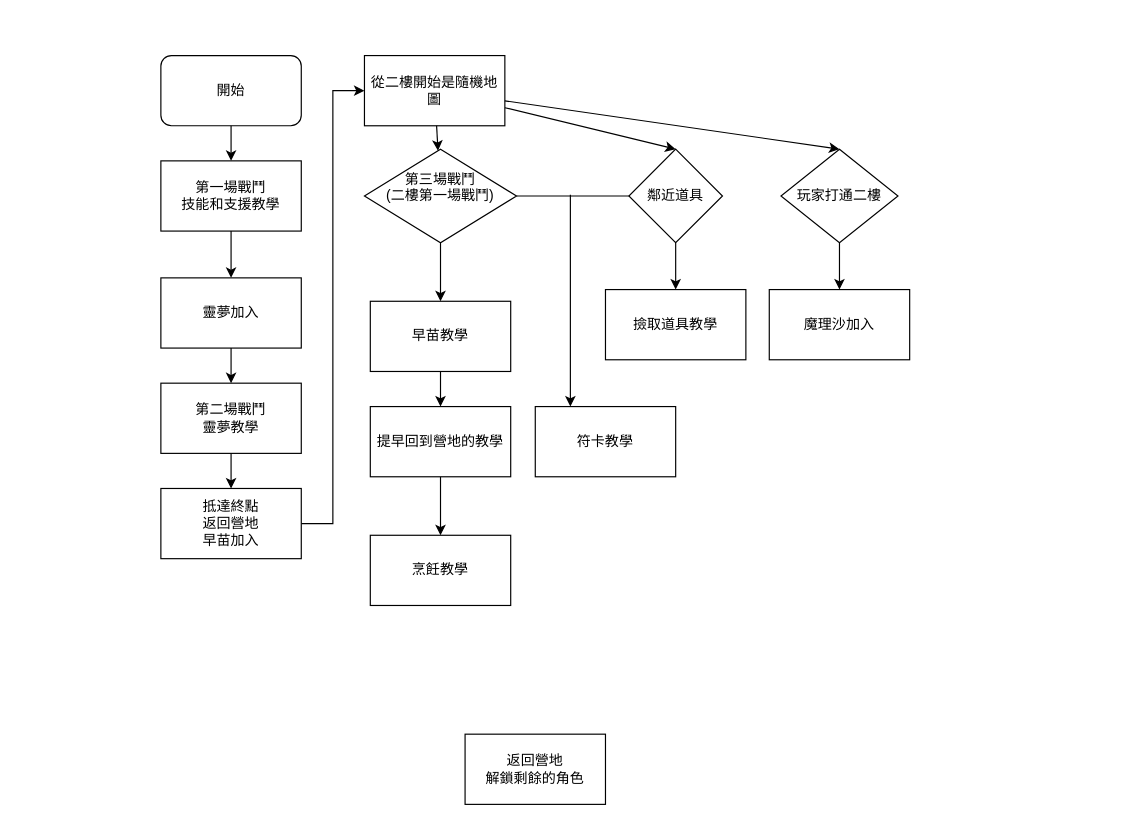
Before: page "第 2 页" (2 of 2) of Excel/Touhou-Tactics.drawio in a710594/Touhou-Tactics, a draw.io diagram. Source tidied: cells renumbered, new cells numbered last; positions are measured from the earlier drawing's top-left corner, leaving out a move shared by most shapes. Both pictures are drawn from the tidied source at 117%, with x=0, y=0 at pixel (160, 55).
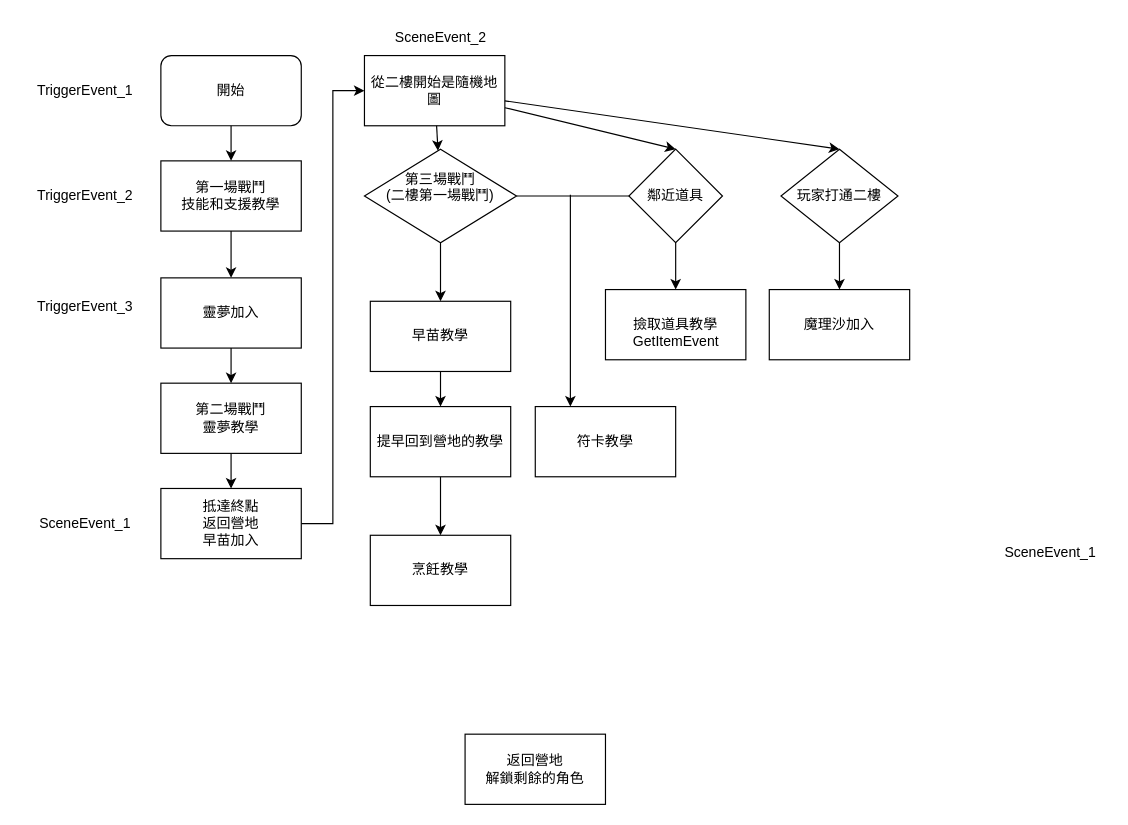
The same page after the edit.

Diff of the diagram source:
```diff
@@
+    <mxCell id="33" value="TriggerEvent_1" style="text;html=1;align=center;verticalAlign=middle;strokeColor=none;fillColor=none;" parent="1" vertex="1">
+      <mxGeometry x="-120" y="15" width="110" height="30" as="geometry" />
+    </mxCell>
+    <mxCell id="34" value="TriggerEvent_2" style="text;html=1;align=center;verticalAlign=middle;strokeColor=none;fillColor=none;" parent="1" vertex="1">
+      <mxGeometry x="-120" y="105" width="110" height="30" as="geometry" />
+    </mxCell>
+    <mxCell id="35" value="TriggerEvent_3" style="text;html=1;align=center;verticalAlign=middle;strokeColor=none;fillColor=none;" parent="1" vertex="1">
+      <mxGeometry x="-120" y="200" width="110" height="30" as="geometry" />
+    </mxCell>
+    <mxCell id="36" value="SceneEvent_1" style="text;html=1;align=center;verticalAlign=middle;strokeColor=none;fillColor=none;" parent="1" vertex="1">
+      <mxGeometry x="710" y="410" width="100" height="30" as="geometry" />
+    </mxCell>
+    <mxCell id="37" value="SceneEvent_1" style="text;html=1;align=center;verticalAlign=middle;strokeColor=none;fillColor=none;" parent="1" vertex="1">
+      <mxGeometry x="-115" y="385" width="100" height="30" as="geometry" />
+    </mxCell>
+    <mxCell id="38" value="GetItemEvent" style="text;html=1;align=center;verticalAlign=middle;strokeColor=none;fillColor=none;" parent="1" vertex="1">
+      <mxGeometry x="390" y="230" width="100" height="30" as="geometry" />
+    </mxCell>
+    <mxCell id="39" value="SceneEvent_2" style="text;html=1;align=center;verticalAlign=middle;strokeColor=none;fillColor=none;" parent="1" vertex="1">
+      <mxGeometry x="189" y="-30" width="100" height="30" as="geometry" />
+    </mxCell>
```
